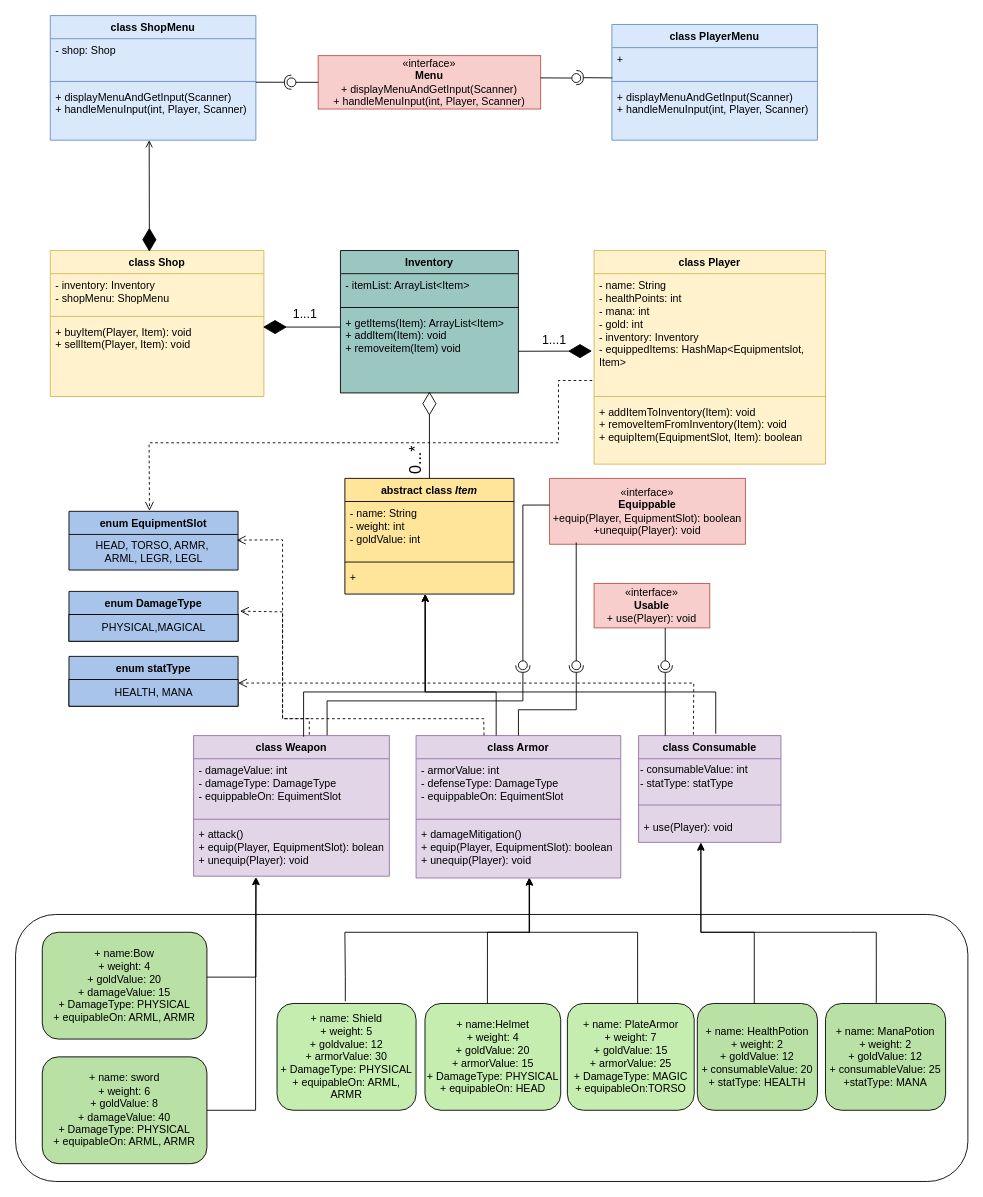
Above: .idea/ooad-uml-diagram.drawio in PelleHanspers/ooad-individuell-uppgift-pellehanspers (draw.io), before the change. Source tidied: cells renumbered, new cells numbered last; positions are measured from the earlier drawing's top-left corner, leaving out a move shared by most shapes. Both pictures are drawn from the tidied source at 89%, with x=0, y=0 at pixel (15, 15).
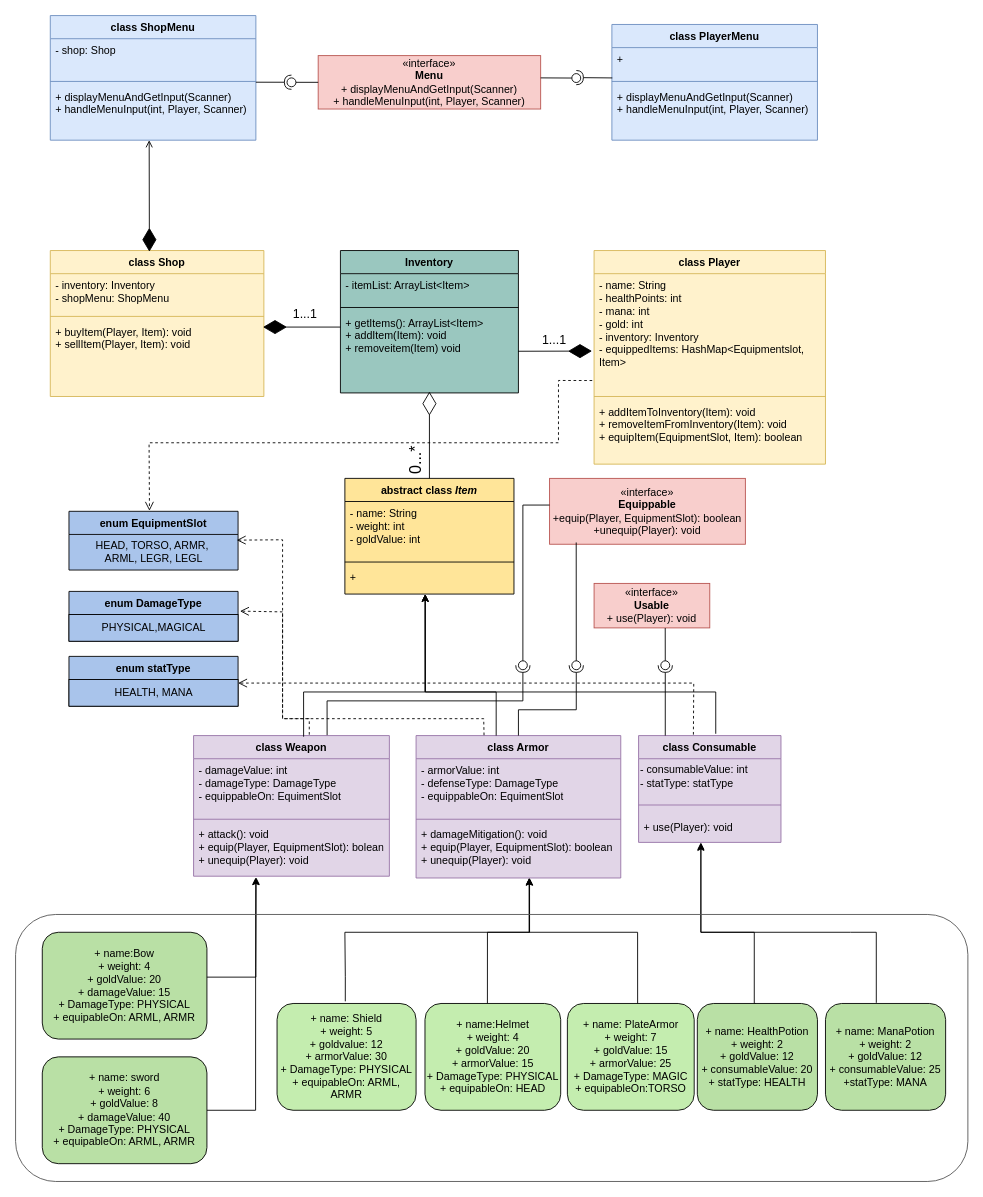
After the change.

The change refers to these unchanged cells:
```xml
<mxCell id="2" value="Inventory" style="swimlane;fontStyle=1;align=center;verticalAlign=top;horizontal=1;startSize=26;whiteSpace=wrap;html=1;fillColor=#9AC7BF;swimlaneFillColor=#9AC7BF;" parent="1" vertex="1">
  <mxGeometry x="365" y="264" width="200" height="160" as="geometry" />
</mxCell>
<mxCell id="10" value="class Armor" style="swimlane;fontStyle=1;align=center;verticalAlign=top;horizontal=1;startSize=26;whiteSpace=wrap;html=1;fillColor=#e1d5e7;strokeColor=#9673a6;swimlaneFillColor=#E1D5E7;" parent="1" vertex="1">
  <mxGeometry x="450" y="809" width="230" height="160" as="geometry" />
</mxCell>
<mxCell id="31" value="class Weapon" style="swimlane;fontStyle=1;align=center;verticalAlign=top;horizontal=1;startSize=26;whiteSpace=wrap;html=1;fillColor=#E1D5E7;swimlaneFillColor=#E1D5E7;strokeColor=#9673A6;" parent="1" vertex="1">
  <mxGeometry x="200" y="809" width="220" height="158" as="geometry" />
</mxCell>
```

Change to the diagram source:
```diff
@@
-    <mxCell id="5" value="&lt;div&gt;&lt;span style=&quot;background-color: initial; color: rgb(0, 0, 0); --darkreader-inline-bgcolor: initial; --darkreader-inline-color: #e8e6e3;&quot;&gt;+ getItems(Item): ArrayList&amp;lt;Item&amp;gt;&lt;/span&gt;&lt;br&gt;&lt;/div&gt;&lt;div&gt;+ addItem(Item): void&lt;br&gt;&lt;/div&gt;&lt;div&gt;+ removeitem(Item) void&lt;br&gt;&lt;/div&gt;" style="text;strokeColor=none;fillColor=none;align=left;verticalAlign=top;spacingLeft=4;spacingRight=4;overflow=hidden;points=[[0,0.5],[1,0.5]];portConstraint=eastwest;whiteSpace=wrap;html=1;" parent="2" vertex="1">
+    <mxCell id="5" value="&lt;div&gt;&lt;span style=&quot;background-color: initial; color: rgb(0, 0, 0); --darkreader-inline-bgcolor: initial; --darkreader-inline-color: #e8e6e3;&quot;&gt;+ getItems(): ArrayList&amp;lt;Item&amp;gt;&lt;/span&gt;&lt;br&gt;&lt;/div&gt;&lt;div&gt;+ addItem(Item): void&lt;br&gt;&lt;/div&gt;&lt;div&gt;+ removeitem(Item) void&lt;br&gt;&lt;/div&gt;" style="text;strokeColor=none;fillColor=none;align=left;verticalAlign=top;spacingLeft=4;spacingRight=4;overflow=hidden;points=[[0,0.5],[1,0.5]];portConstraint=eastwest;whiteSpace=wrap;html=1;" parent="2" vertex="1">
       <mxGeometry y="68" width="200" height="92" as="geometry" />
     </mxCell>
@@
-    <mxCell id="13" value="&lt;div&gt;+ damageMitigation()&lt;br&gt;&lt;/div&gt;&lt;div&gt;&lt;div&gt;+ equip(Player, EquipmentSlot): boolean&lt;br&gt;&lt;/div&gt;&lt;div&gt;+ unequip(Player): void&lt;br&gt;&lt;/div&gt;&lt;/div&gt;" style="text;strokeColor=none;fillColor=none;align=left;verticalAlign=top;spacingLeft=4;spacingRight=4;overflow=hidden;points=[[0,0.5],[1,0.5]];portConstraint=eastwest;whiteSpace=wrap;html=1;" parent="10" vertex="1">
+    <mxCell id="13" value="&lt;div&gt;+ damageMitigation(): void&lt;br&gt;&lt;/div&gt;&lt;div&gt;&lt;div&gt;+ equip(Player, EquipmentSlot): boolean&lt;br&gt;&lt;/div&gt;&lt;div&gt;+ unequip(Player): void&lt;br&gt;&lt;/div&gt;&lt;/div&gt;" style="text;strokeColor=none;fillColor=none;align=left;verticalAlign=top;spacingLeft=4;spacingRight=4;overflow=hidden;points=[[0,0.5],[1,0.5]];portConstraint=eastwest;whiteSpace=wrap;html=1;" parent="10" vertex="1">
       <mxGeometry y="98" width="230" height="62" as="geometry" />
     </mxCell>
@@
-    <mxCell id="34" value="&lt;div&gt;+ attack()&lt;/div&gt;&lt;div&gt;&lt;div&gt;+ equip(Player, EquipmentSlot): bolean&lt;br&gt;&lt;/div&gt;&lt;div&gt;+ unequip(Player): void&lt;br&gt;&lt;/div&gt;&lt;/div&gt;" style="text;strokeColor=none;fillColor=none;align=left;verticalAlign=top;spacingLeft=4;spacingRight=4;overflow=hidden;points=[[0,0.5],[1,0.5]];portConstraint=eastwest;whiteSpace=wrap;html=1;" parent="31" vertex="1">
+    <mxCell id="34" value="&lt;div&gt;+ attack(): void&lt;br&gt;&lt;/div&gt;&lt;div&gt;&lt;div&gt;+ equip(Player, EquipmentSlot): bolean&lt;br&gt;&lt;/div&gt;&lt;div&gt;+ unequip(Player): void&lt;br&gt;&lt;/div&gt;&lt;/div&gt;" style="text;strokeColor=none;fillColor=none;align=left;verticalAlign=top;spacingLeft=4;spacingRight=4;overflow=hidden;points=[[0,0.5],[1,0.5]];portConstraint=eastwest;whiteSpace=wrap;html=1;" parent="31" vertex="1">
       <mxGeometry y="98" width="220" height="60" as="geometry" />
     </mxCell>
@@
-    <mxCell id="92" style="rounded=1;whiteSpace=wrap;html=1;fillColor=none;" parent="1" vertex="1">
+    <mxCell id="92" style="rounded=1;whiteSpace=wrap;html=1;fillColor=none;strokeColor=#545454;" parent="1" vertex="1">
       <mxGeometry y="1010" width="1070" height="300" as="geometry" />
     </mxCell>
```
